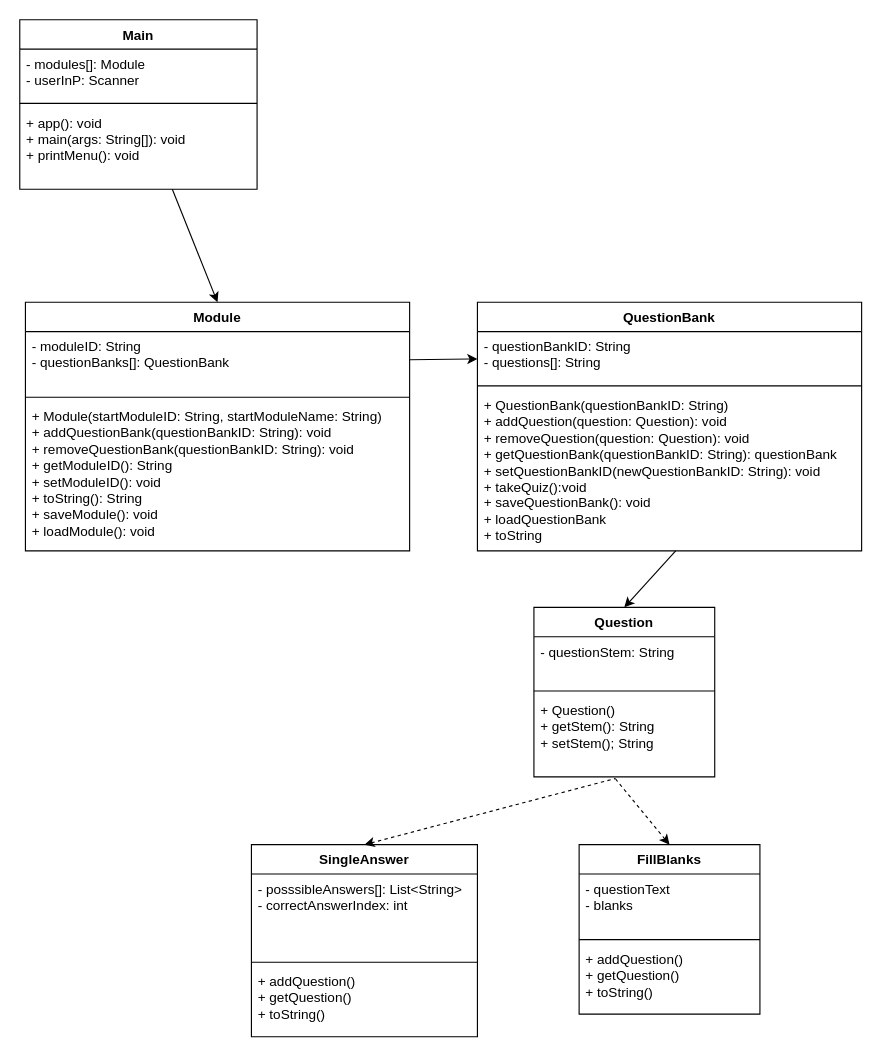
nyhawk/the-question-bank-project keeps this draw.io diagram as classDiagram.drawio. Above is the earlier version. Source tidied: cells renumbered, new cells numbered last; positions are measured from the earlier drawing's top-left corner, leaving out a move shared by most shapes. Both pictures are drawn from the tidied source at 113%, with x=0, y=0 at pixel (19, 19).
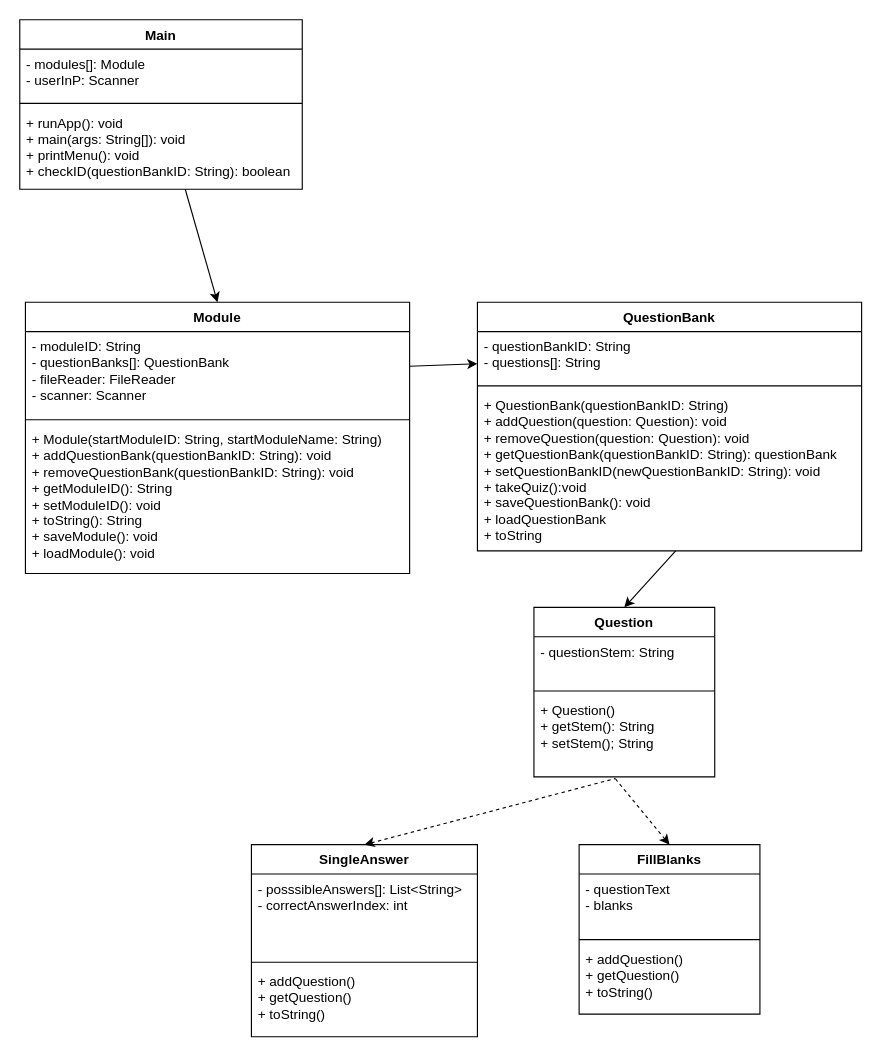
After the change.

The edit, as a diff of the source:
```diff
@@
     <mxCell id="2" value="Module" style="swimlane;fontStyle=1;align=center;verticalAlign=top;horizontal=1;startSize=26;whiteSpace=wrap;html=1;" parent="1" vertex="1">
-      <mxGeometry x="5" y="250" width="340" height="220" as="geometry" />
+      <mxGeometry x="5" y="250" width="340" height="240" as="geometry" />
     </mxCell>
-    <mxCell id="3" value="- moduleID: String&lt;div&gt;&lt;div&gt;- questionBanks[]: QuestionBank&lt;/div&gt;&lt;/div&gt;" style="text;strokeColor=none;fillColor=none;align=left;verticalAlign=top;spacingLeft=4;spacingRight=4;overflow=hidden;points=[[0,0.5],[1,0.5]];portConstraint=eastwest;whiteSpace=wrap;html=1;" parent="2" vertex="1">
-      <mxGeometry y="26" width="340" height="54" as="geometry" />
+    <mxCell id="3" value="- moduleID: String&lt;div&gt;&lt;div&gt;- questionBanks[]: QuestionBank&lt;/div&gt;&lt;/div&gt;&lt;div&gt;- fileReader: FileReader&lt;/div&gt;&lt;div&gt;- scanner: Scanner&lt;/div&gt;" style="text;strokeColor=none;fillColor=none;align=left;verticalAlign=top;spacingLeft=4;spacingRight=4;overflow=hidden;points=[[0,0.5],[1,0.5]];portConstraint=eastwest;whiteSpace=wrap;html=1;" parent="2" vertex="1">
+      <mxGeometry y="26" width="340" height="74" as="geometry" />
     </mxCell>
     <mxCell id="4" style="line;strokeWidth=1;fillColor=none;align=left;verticalAlign=middle;spacingTop=-1;spacingLeft=3;spacingRight=3;labelPosition=right;strokeColor=inherit;" parent="2" vertex="1">
-      <mxGeometry y="80" width="340" height="8" as="geometry" />
+      <mxGeometry y="100" width="340" height="8" as="geometry" />
     </mxCell>
     <mxCell id="5" value="&lt;div&gt;+ Module(startModuleID: String, startModuleName: String)&lt;/div&gt;+ addQuestionBank(questionBankID: String): void&lt;div&gt;+ removeQuestionBank(questionBankID: String): void&lt;/div&gt;&lt;div&gt;+ getModuleID(): String&lt;/div&gt;&lt;div&gt;+ setModuleID(): void&lt;/div&gt;&lt;div&gt;+ toString(): String&lt;/div&gt;&lt;div&gt;+ saveModule(): void&lt;/div&gt;&lt;div&gt;+ loadModule(): void&lt;/div&gt;" style="text;strokeColor=none;fillColor=none;align=left;verticalAlign=top;spacingLeft=4;spacingRight=4;overflow=hidden;whiteSpace=wrap;html=1;" parent="2" vertex="1">
-      <mxGeometry y="88" width="340" height="132" as="geometry" />
+      <mxGeometry y="108" width="340" height="132" as="geometry" />
     </mxCell>
@@
     <mxCell id="24" value="Main" style="swimlane;fontStyle=1;align=center;verticalAlign=top;horizontal=1;startSize=26;whiteSpace=wrap;html=1;" parent="1" vertex="1">
-      <mxGeometry width="210" height="150" as="geometry" />
+      <mxGeometry width="250" height="150" as="geometry" />
     </mxCell>
     <mxCell id="25" value="&lt;div&gt;- modules[]: Module&lt;/div&gt;&lt;div&gt;- userInP: Scanner&lt;/div&gt;" style="text;strokeColor=none;fillColor=none;align=left;verticalAlign=top;spacingLeft=4;spacingRight=4;overflow=hidden;whiteSpace=wrap;html=1;" parent="24" vertex="1">
-      <mxGeometry y="26" width="210" height="44" as="geometry" />
+      <mxGeometry y="26" width="250" height="44" as="geometry" />
     </mxCell>
     <mxCell id="26" style="line;strokeWidth=1;fillColor=none;align=left;verticalAlign=middle;spacingTop=-1;spacingLeft=3;spacingRight=3;labelPosition=right;strokeColor=inherit;" parent="24" vertex="1">
-      <mxGeometry y="70" width="210" height="8" as="geometry" />
+      <mxGeometry y="70" width="250" height="8" as="geometry" />
     </mxCell>
-    <mxCell id="27" value="+ app(): void&lt;div&gt;+ main(args: String[]): void&lt;/div&gt;&lt;div&gt;+ printMenu(): void&lt;/div&gt;" style="text;strokeColor=none;fillColor=none;align=left;verticalAlign=top;spacingLeft=4;spacingRight=4;overflow=hidden;whiteSpace=wrap;html=1;" parent="24" vertex="1">
-      <mxGeometry y="78" width="210" height="72" as="geometry" />
+    <mxCell id="27" value="+ runApp(): void&lt;div&gt;+ main(args: String[]): void&lt;/div&gt;&lt;div&gt;+ printMenu(): void&lt;/div&gt;&lt;div&gt;+ checkID(questionBankID: String): boolean&lt;/div&gt;" style="text;strokeColor=none;fillColor=none;align=left;verticalAlign=top;spacingLeft=4;spacingRight=4;overflow=hidden;whiteSpace=wrap;html=1;" parent="24" vertex="1">
+      <mxGeometry y="78" width="250" height="72" as="geometry" />
     </mxCell>
```
